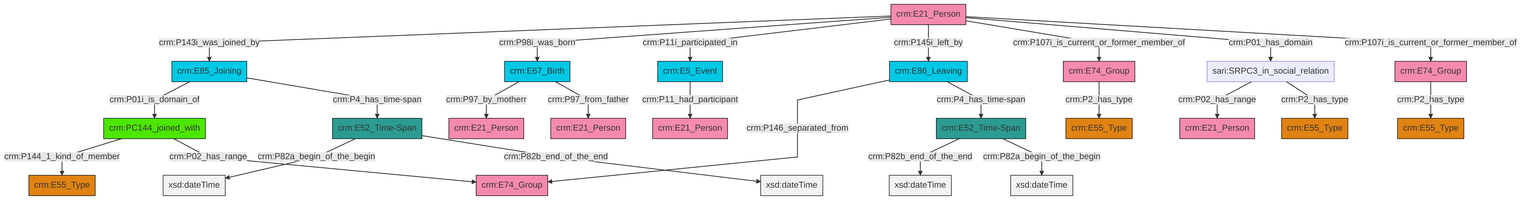
Before: et/personCSV/ttl/mmd/png/Person_Actor_Relations.png, a diagram exported from Mermaid (swiss-art-research-net/docs.swissartresearch). Its source is kept beside it as et/personCSV/ttl/mmd/Person_Actor_Relations.ttl.mmd.
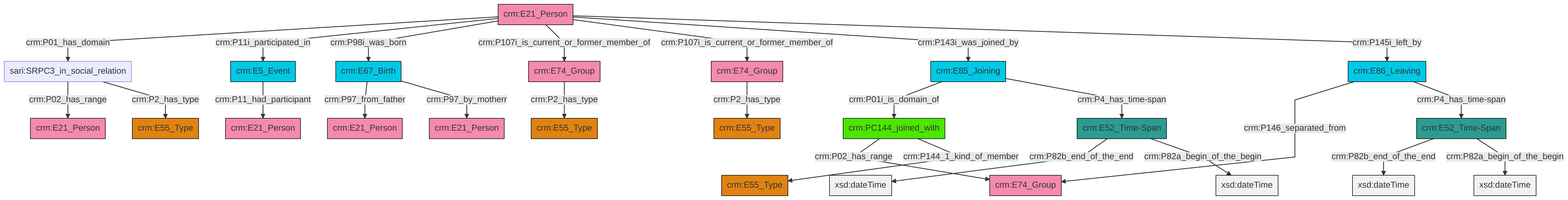
After the commit.

The edit, as a diff of the source:
```diff
@@ -13,27 +13,27 @@
 classDef PC_Classes fill:#4ce600, stroke:#000000;
 classDef Multi fill:#cccccc,stroke:#000000;
 
-2["sari:SRPC3_in_social_relation"]:::Default -->|crm:P02_has_range| 3["crm:E21_Person"]:::Actor
-10["crm:E21_Person"]:::Actor -->|crm:P143i_was_joined_by| 11["crm:E85_Joining"]:::Temporal_Entity
-12["crm:E74_Group"]:::Actor -->|crm:P2_has_type| 13["crm:E55_Type"]:::Type
-10["crm:E21_Person"]:::Actor -->|crm:P98i_was_born| 15["crm:E67_Birth"]:::Temporal_Entity
-11["crm:E85_Joining"]:::Temporal_Entity -->|crm:P01i_is_domain_of| 16["crm:PC144_joined_with"]:::PC_Classes
-10["crm:E21_Person"]:::Actor -->|crm:P11i_participated_in| 17["crm:E5_Event"]:::Temporal_Entity
-10["crm:E21_Person"]:::Actor -->|crm:P145i_left_by| 8["crm:E86_Leaving"]:::Temporal_Entity
-8["crm:E86_Leaving"]:::Temporal_Entity -->|crm:P146_separated_from| 4["crm:E74_Group"]:::Actor
-17["crm:E5_Event"]:::Temporal_Entity -->|crm:P11_had_participant| 0["crm:E21_Person"]:::Actor
-15["crm:E67_Birth"]:::Temporal_Entity -->|crm:P97_by_motherr| 20["crm:E21_Person"]:::Actor
-6["crm:E52_Time-Span"]:::Time-Span -->|crm:P82a_begin_of_the_begin| 21[xsd:dateTime]:::Literal
-18["crm:E52_Time-Span"]:::Time-Span -->|crm:P82b_end_of_the_end| 22[xsd:dateTime]:::Literal
-10["crm:E21_Person"]:::Actor -->|crm:P107i_is_current_or_former_member_of| 12["crm:E74_Group"]:::Actor
-16["crm:PC144_joined_with"]:::PC_Classes -->|crm:P144_1_kind_of_member| 23["crm:E55_Type"]:::Type
-18["crm:E52_Time-Span"]:::Time-Span -->|crm:P82a_begin_of_the_begin| 26[xsd:dateTime]:::Literal
-6["crm:E52_Time-Span"]:::Time-Span -->|crm:P82b_end_of_the_end| 27[xsd:dateTime]:::Literal
-16["crm:PC144_joined_with"]:::PC_Classes -->|crm:P02_has_range| 4["crm:E74_Group"]:::Actor
-10["crm:E21_Person"]:::Actor -->|crm:P01_has_domain| 2["sari:SRPC3_in_social_relation"]:::Default
-8["crm:E86_Leaving"]:::Temporal_Entity -->|crm:P4_has_time-span| 18["crm:E52_Time-Span"]:::Time-Span
-30["crm:E74_Group"]:::Actor -->|crm:P2_has_type| 32["crm:E55_Type"]:::Type
-11["crm:E85_Joining"]:::Temporal_Entity -->|crm:P4_has_time-span| 6["crm:E52_Time-Span"]:::Time-Span
-15["crm:E67_Birth"]:::Temporal_Entity -->|crm:P97_from_father| 39["crm:E21_Person"]:::Actor
-2["sari:SRPC3_in_social_relation"]:::Default -->|crm:P2_has_type| 33["crm:E55_Type"]:::Type
-10["crm:E21_Person"]:::Actor -->|crm:P107i_is_current_or_former_member_of| 30["crm:E74_Group"]:::Actor
+0["crm:E21_Person"]:::Actor -->|crm:P01_has_domain| 1["sari:SRPC3_in_social_relation"]:::Default
+8["crm:E52_Time-Span"]:::Time-Span -->|crm:P82b_end_of_the_end| 9[xsd:dateTime]:::Literal
+10["crm:E52_Time-Span"]:::Time-Span -->|crm:P82b_end_of_the_end| 11[xsd:dateTime]:::Literal
+12["crm:PC144_joined_with"]:::PC_Classes -->|crm:P02_has_range| 13["crm:E74_Group"]:::Actor
+0["crm:E21_Person"]:::Actor -->|crm:P11i_participated_in| 16["crm:E5_Event"]:::Temporal_Entity
+21["crm:E67_Birth"]:::Temporal_Entity -->|crm:P97_from_father| 4["crm:E21_Person"]:::Actor
+8["crm:E52_Time-Span"]:::Time-Span -->|crm:P82a_begin_of_the_begin| 22[xsd:dateTime]:::Literal
+10["crm:E52_Time-Span"]:::Time-Span -->|crm:P82a_begin_of_the_begin| 23[xsd:dateTime]:::Literal
+24["crm:E85_Joining"]:::Temporal_Entity -->|crm:P01i_is_domain_of| 12["crm:PC144_joined_with"]:::PC_Classes
+0["crm:E21_Person"]:::Actor -->|crm:P98i_was_born| 21["crm:E67_Birth"]:::Temporal_Entity
+16["crm:E5_Event"]:::Temporal_Entity -->|crm:P11_had_participant| 28["crm:E21_Person"]:::Actor
+0["crm:E21_Person"]:::Actor -->|crm:P107i_is_current_or_former_member_of| 26["crm:E74_Group"]:::Actor
+26["crm:E74_Group"]:::Actor -->|crm:P2_has_type| 17["crm:E55_Type"]:::Type
+0["crm:E21_Person"]:::Actor -->|crm:P107i_is_current_or_former_member_of| 19["crm:E74_Group"]:::Actor
+1["sari:SRPC3_in_social_relation"]:::Default -->|crm:P02_has_range| 35["crm:E21_Person"]:::Actor
+12["crm:PC144_joined_with"]:::PC_Classes -->|crm:P144_1_kind_of_member| 31["crm:E55_Type"]:::Type
+0["crm:E21_Person"]:::Actor -->|crm:P143i_was_joined_by| 24["crm:E85_Joining"]:::Temporal_Entity
+0["crm:E21_Person"]:::Actor -->|crm:P145i_left_by| 39["crm:E86_Leaving"]:::Temporal_Entity
+39["crm:E86_Leaving"]:::Temporal_Entity -->|crm:P146_separated_from| 13["crm:E74_Group"]:::Actor
+21["crm:E67_Birth"]:::Temporal_Entity -->|crm:P97_by_motherr| 41["crm:E21_Person"]:::Actor
+19["crm:E74_Group"]:::Actor -->|crm:P2_has_type| 2["crm:E55_Type"]:::Type
+24["crm:E85_Joining"]:::Temporal_Entity -->|crm:P4_has_time-span| 10["crm:E52_Time-Span"]:::Time-Span
+1["sari:SRPC3_in_social_relation"]:::Default -->|crm:P2_has_type| 6["crm:E55_Type"]:::Type
+39["crm:E86_Leaving"]:::Temporal_Entity -->|crm:P4_has_time-span| 8["crm:E52_Time-Span"]:::Time-Span
```
